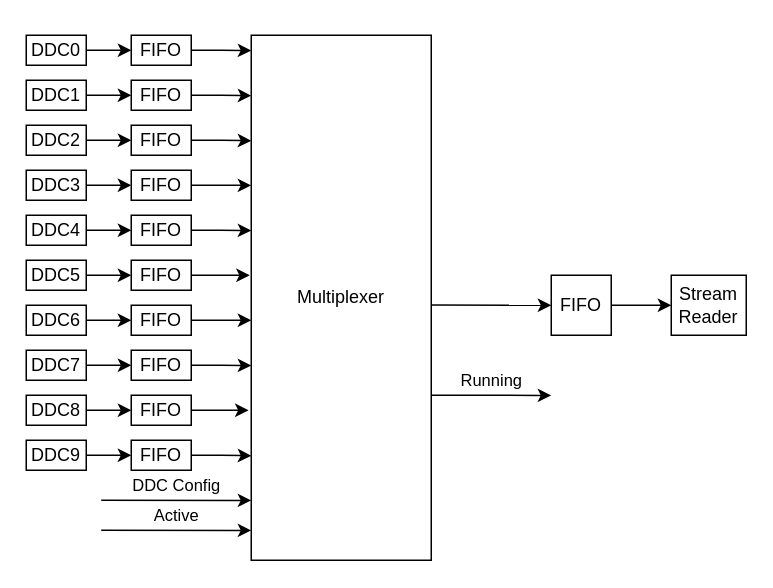
Above: FPGA/documentation/Alternate DDC to Processor Interface.drawio in laurencebarker/Saturn (draw.io), before the change. Source tidied: cells renumbered, new cells numbered last; positions are measured from the earlier drawing's top-left corner, leaving out a move shared by most shapes. Both pictures are drawn from the tidied source at 150%, with x=0, y=0 at pixel (26, 34).
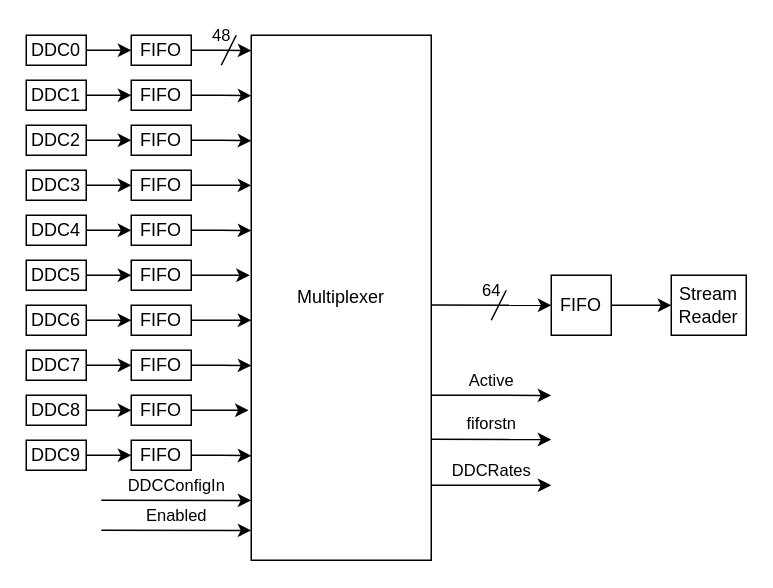
Above is the later version.

The change refers to these unchanged cells:
```xml
<mxCell id="42" value="Multiplexer" style="rounded=0;whiteSpace=wrap;html=1;" parent="1" vertex="1">
  <mxGeometry x="150" width="120" height="350" as="geometry" />
</mxCell>
```

The edit, as a diff of the source:
```diff
@@
-    <mxCell id="47" value="DDC Config" style="endArrow=classic;html=1;rounded=0;entryX=0;entryY=0.886;entryDx=0;entryDy=0;entryPerimeter=0;" parent="1" edge="1" target="42">
+    <mxCell id="47" value="DDCConfigIn" style="endArrow=classic;html=1;rounded=0;entryX=0;entryY=0.886;entryDx=0;entryDy=0;entryPerimeter=0;" parent="1" edge="1" target="42">
       <mxGeometry y="10" relative="1" as="geometry">
         <mxPoint x="50" y="310" as="sourcePoint" />
       </mxGeometry>
     </mxCell>
-    <mxCell id="48" value="Active" style="endArrow=classic;html=1;rounded=0;entryX=0;entryY=0.886;entryDx=0;entryDy=0;entryPerimeter=0;" parent="1" edge="1">
+    <mxCell id="48" value="Enabled" style="endArrow=classic;html=1;rounded=0;entryX=0;entryY=0.886;entryDx=0;entryDy=0;entryPerimeter=0;" parent="1" edge="1">
       <mxGeometry y="10" relative="1" as="geometry">
         <mxPoint x="50" y="330" as="sourcePoint" />
         <mxPoint x="150" y="330.1" as="targetPoint" />
       </mxGeometry>
     </mxCell>
-    <mxCell id="49" value="Running" style="endArrow=classic;html=1;rounded=0;entryX=0;entryY=0.5;entryDx=0;entryDy=0;exitX=1;exitY=0.514;exitDx=0;exitDy=0;exitPerimeter=0;" parent="1" edge="1">
+    <mxCell id="49" value="Active" style="endArrow=classic;html=1;rounded=0;entryX=0;entryY=0.5;entryDx=0;entryDy=0;exitX=1;exitY=0.514;exitDx=0;exitDy=0;exitPerimeter=0;" parent="1" edge="1">
       <mxGeometry y="10" relative="1" as="geometry">
         <mxPoint x="270" y="240" as="sourcePoint" />
         <mxPoint x="350" y="240.1" as="targetPoint" />
       </mxGeometry>
     </mxCell>
+    <mxCell id="50" value="fiforstn" style="endArrow=classic;html=1;rounded=0;entryX=0;entryY=0.5;entryDx=0;entryDy=0;exitX=1;exitY=0.514;exitDx=0;exitDy=0;exitPerimeter=0;" parent="1" edge="1">
+      <mxGeometry y="10" relative="1" as="geometry">
+        <mxPoint x="270" y="269.4" as="sourcePoint" />
+        <mxPoint x="350" y="269.5" as="targetPoint" />
+      </mxGeometry>
+    </mxCell>
+    <mxCell id="51" value="DDCRates" style="endArrow=classic;html=1;rounded=0;" parent="1" edge="1">
+      <mxGeometry y="10" relative="1" as="geometry">
+        <mxPoint x="270" y="300" as="sourcePoint" />
+        <mxPoint x="350" y="300" as="targetPoint" />
+      </mxGeometry>
+    </mxCell>
+    <mxCell id="52" value="48" style="endArrow=none;html=1;rounded=0;labelBackgroundColor=none;" parent="1" edge="1">
+      <mxGeometry x="0.6" y="9" relative="1" as="geometry">
+        <mxPoint x="130" y="20" as="sourcePoint" />
+        <mxPoint x="140" as="targetPoint" />
+      </mxGeometry>
+    </mxCell>
+    <mxCell id="53" value="64" style="endArrow=none;html=1;rounded=0;labelBackgroundColor=none;" parent="1" edge="1">
+      <mxGeometry x="0.6" y="9" relative="1" as="geometry">
+        <mxPoint x="310" y="190" as="sourcePoint" />
+        <mxPoint x="320" y="170" as="targetPoint" />
+      </mxGeometry>
+    </mxCell>
```
